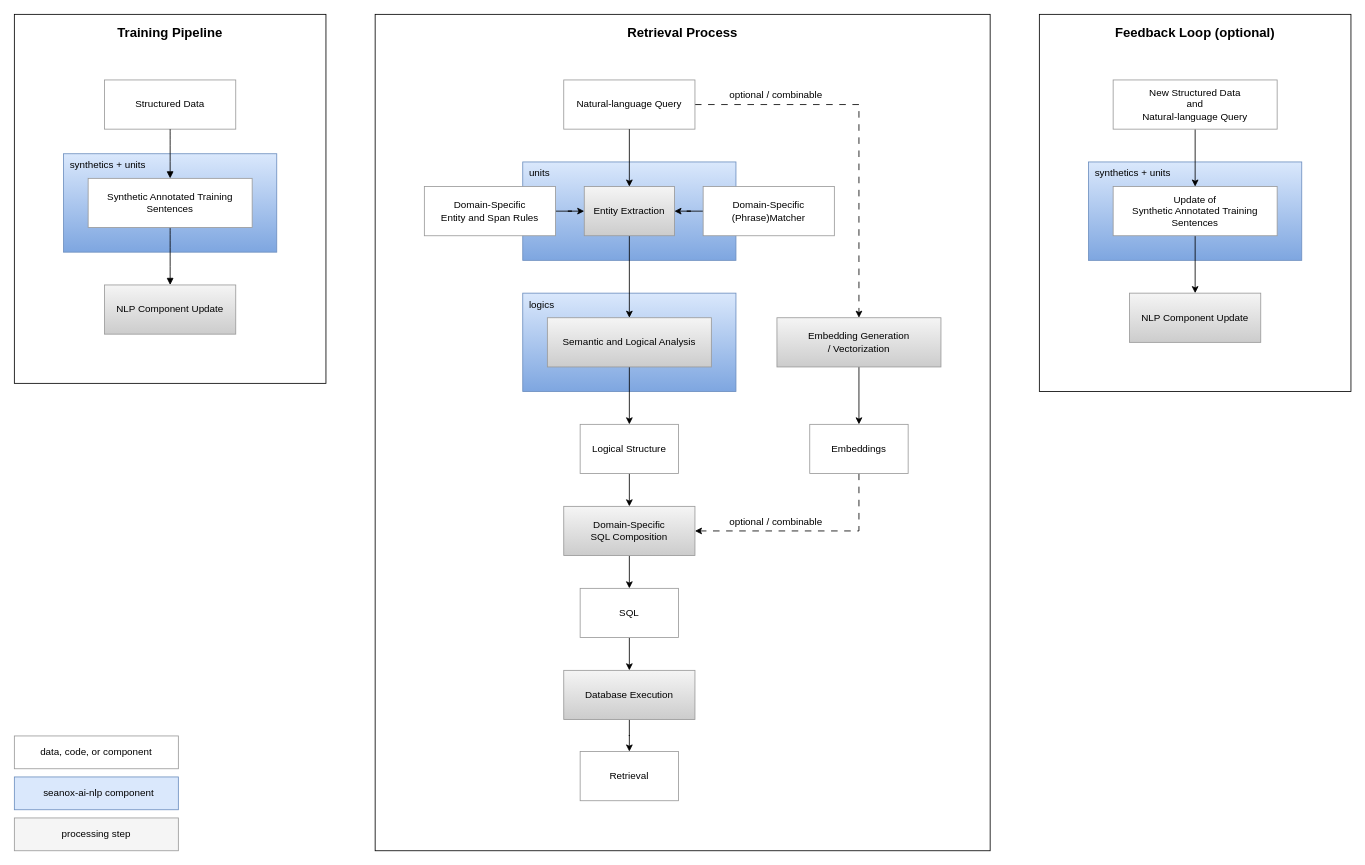
Above: assets/retrieval-process.drawio in seanox/seanox-ai-nlp (draw.io), before the change. Source tidied: cells renumbered, new cells numbered last; positions are measured from the earlier drawing's top-left corner, leaving out a move shared by most shapes. Both pictures are drawn from the tidied source at 82%, with x=0, y=0 at pixel (14, 14).
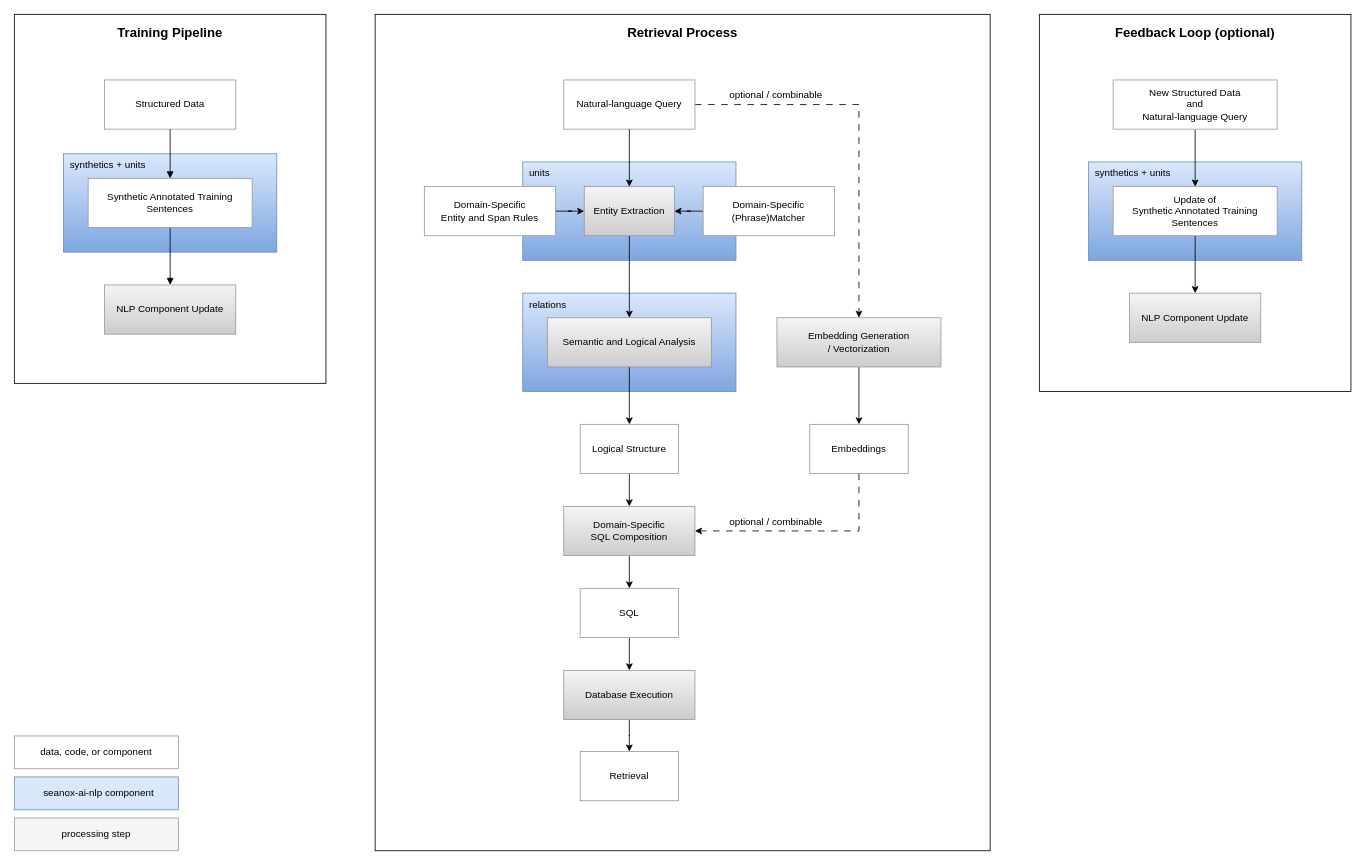
The same diagram, later.

What changed in the source:
```diff
@@
-    <mxCell id="5" value="logics" style="whiteSpace=wrap;strokeWidth=1;fillColor=#dae8fc;gradientColor=#7ea6e0;strokeColor=#6c8ebf;verticalAlign=top;align=left;spacingLeft=6;" parent="1" vertex="1">
+    <mxCell id="5" value="relations" style="whiteSpace=wrap;strokeWidth=1;fillColor=#dae8fc;gradientColor=#7ea6e0;strokeColor=#6c8ebf;verticalAlign=top;align=left;spacingLeft=6;" parent="1" vertex="1">
       <mxGeometry x="620" y="340" width="260" height="120" as="geometry" />
     </mxCell>
```
